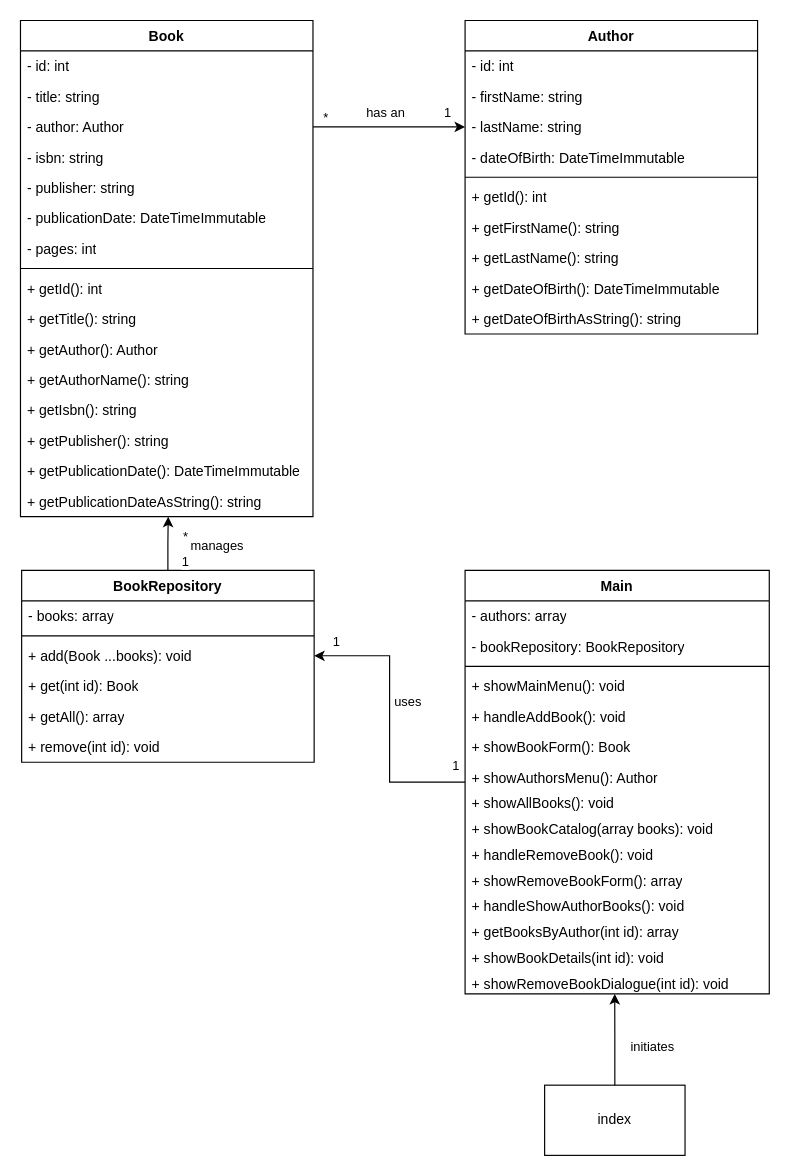
Above: 04 - OOP 1/library1.drawio in gglerum/php-lessen (draw.io), before the change. Source tidied: cells renumbered, new cells numbered last; positions are measured from the earlier drawing's top-left corner, leaving out a move shared by most shapes. Both pictures are drawn from the tidied source at 117%, with x=0, y=0 at pixel (20, 20).
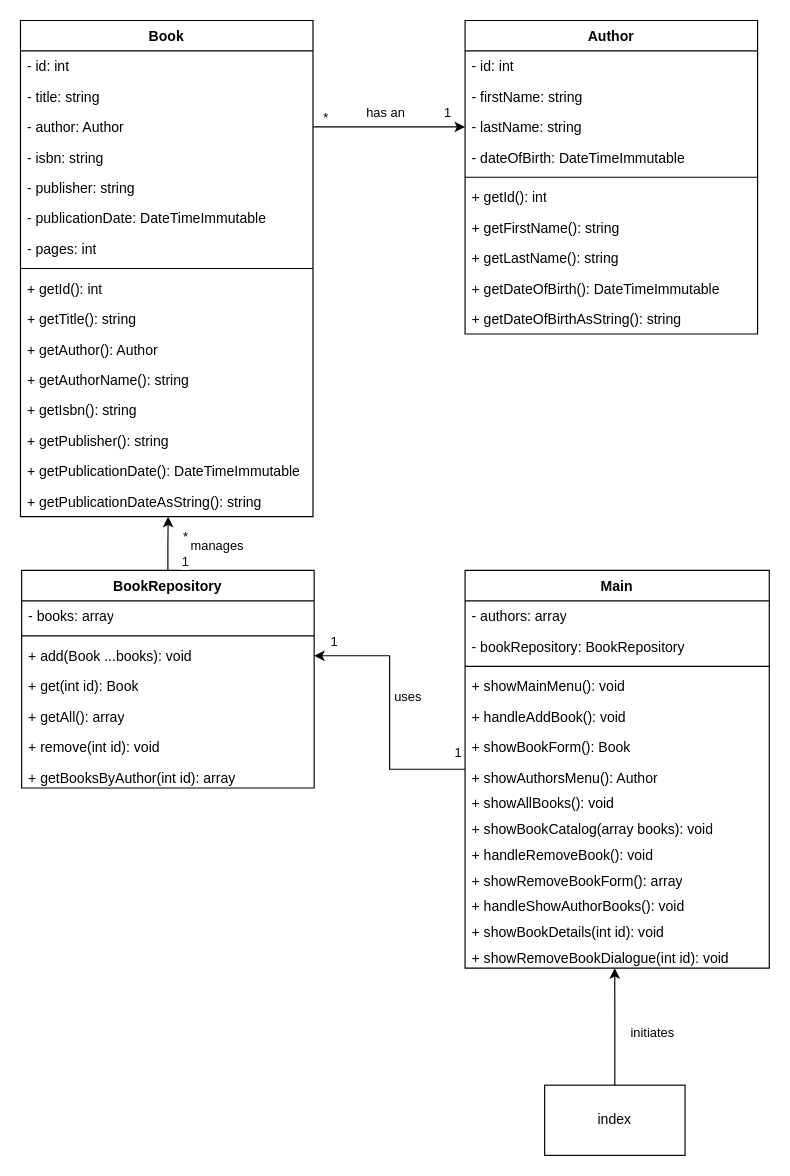
The same page after the edit.

Commit message (it also covers changes not shown here):
moved method to repository in diagram of OOP1

The edit, as a diff of the source:
```diff
@@
     <mxCell id="38" value="Main" style="swimlane;fontStyle=1;align=center;verticalAlign=top;horizontal=1;startSize=26;whiteSpace=wrap;html=1;" parent="1" vertex="1">
-      <mxGeometry x="380" y="470" width="260" height="362" as="geometry" />
+      <mxGeometry x="380" y="470" width="260" height="340" as="geometry" />
     </mxCell>
@@
-    <mxCell id="51" value="+ getBooksByAuthor(int id): array" style="text;strokeColor=none;fillColor=none;align=left;verticalAlign=top;spacingLeft=4;spacingRight=4;overflow=hidden;whiteSpace=wrap;html=1;" parent="38" vertex="1">
-      <mxGeometry y="296" width="260" height="22" as="geometry" />
-    </mxCell>
     <mxCell id="52" value="+ showBookDetails(int id): void" style="text;strokeColor=none;fillColor=none;align=left;verticalAlign=top;spacingLeft=4;spacingRight=4;overflow=hidden;whiteSpace=wrap;html=1;" parent="38" vertex="1">
-      <mxGeometry y="318" width="260" height="22" as="geometry" />
+      <mxGeometry y="296" width="260" height="22" as="geometry" />
     </mxCell>
     <mxCell id="53" value="+ showRemoveBookDialogue(int id): void" style="text;strokeColor=none;fillColor=none;align=left;verticalAlign=top;spacingLeft=4;spacingRight=4;overflow=hidden;points=[[0,0.5],[1,0.5]];portConstraint=eastwest;whiteSpace=wrap;html=1;" parent="38" vertex="1">
-      <mxGeometry y="340" width="260" height="22" as="geometry" />
+      <mxGeometry y="318" width="260" height="22" as="geometry" />
     </mxCell>
     <mxCell id="54" value="BookRepository" style="swimlane;fontStyle=1;align=center;verticalAlign=top;horizontal=1;startSize=26;whiteSpace=wrap;html=1;" parent="1" vertex="1">
-      <mxGeometry x="1" y="470" width="250" height="164" as="geometry" />
+      <mxGeometry x="1" y="470" width="250" height="186" as="geometry" />
     </mxCell>
@@
+    <mxCell id="51" value="+ getBooksByAuthor(int id): array" style="text;strokeColor=none;fillColor=none;align=left;verticalAlign=top;spacingLeft=4;spacingRight=4;overflow=hidden;whiteSpace=wrap;html=1;" parent="54" vertex="1">
+      <mxGeometry y="164" width="250" height="22" as="geometry" />
+    </mxCell>
```
